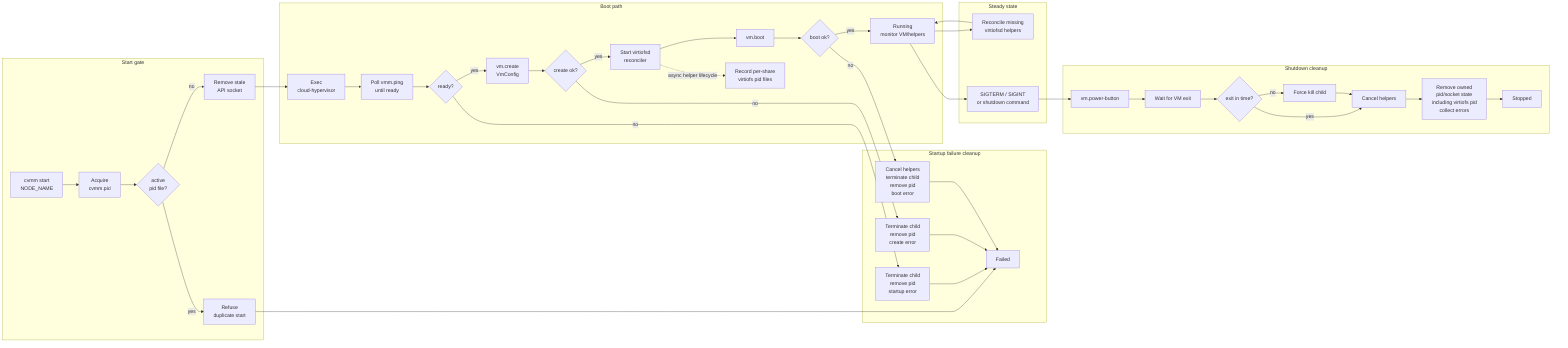
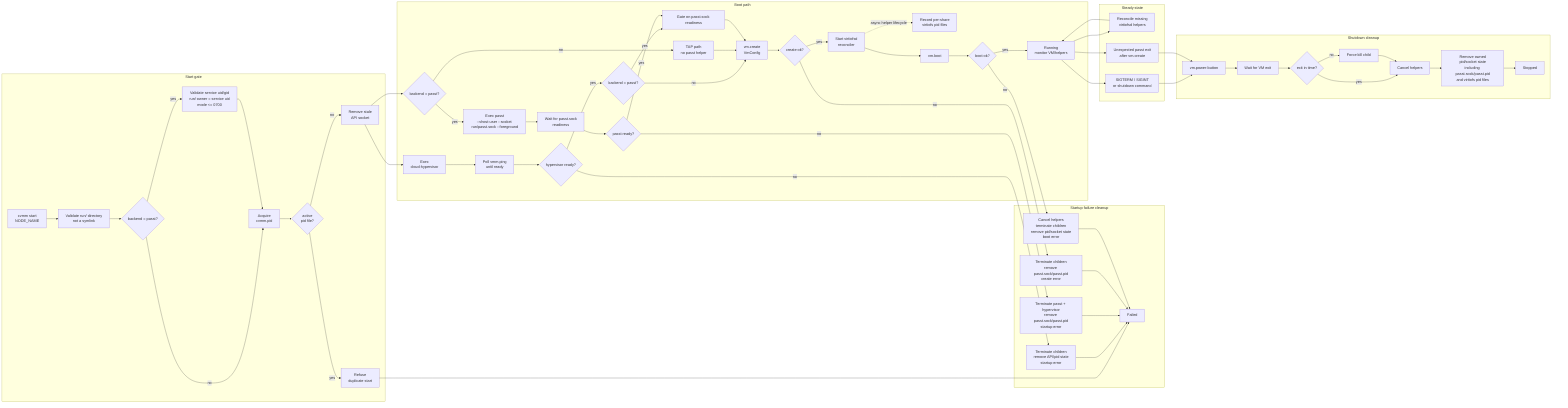
flowchart LR
    subgraph startPhase["Start gate"]
-         start["cvmm start\nNODE_NAME"] --> pid["Acquire\ncvmm.pid"]
+         start["cvmm start\nNODE_NAME"] --> runtimeDir["Validate run/ directory\nnot a symlink"]
+         runtimeDir --> runCheck{"backend = passt?"}
+         runCheck -- yes --> runPerm["Validate service uid/gid\nrun/ owner = service uid\nmode <= 0700"]
+         runCheck -- no --> pid["Acquire\ncvmm.pid"]
+         runPerm --> pid
        pid --> active{"active\npid file?"}
        active -- yes --> duplicate["Refuse\nduplicate start"]
        active -- no --> stale["Remove stale\nAPI socket"]
    end

    subgraph bootPhase["Boot path"]
-         stale --> spawn["Exec\ncloud-hypervisor"]
-         spawn --> ready["Poll vmm.ping\nuntil ready"]
-         ready --> readyOK{"ready?"}
-         readyOK -- yes --> create["vm.create\nVmConfig"]
+         stale --> spawnCH["Exec\ncloud-hypervisor"]
+         stale --> passtBranch{"backend = passt?"}
+         passtBranch -- yes --> spawnPasst["Exec passt\n--vhost-user --socket run/passt.sock --foreground"]
+         passtBranch -- no --> tapPath["TAP path\nno passt helper"]
+         spawnCH --> readyCH["Poll vmm.ping\nuntil ready"]
+         readyCH --> readyOK{"hypervisor ready?"}
+         spawnPasst --> readyPasst["Wait for passt.sock\nreadiness"]
+         readyPasst --> passtOK{"passt ready?"}
+         readyOK -- yes --> createGate{"backend = passt?"}
+         createGate -- no --> create["vm.create\nVmConfig"]
+         createGate -- yes --> waitBoth["Gate on passt.sock readiness"]
+         passtOK -- yes --> waitBoth
+         tapPath --> create
+         waitBoth --> create
        create --> createOK{"create ok?"}
        createOK -- yes --> helpers["Start virtiofsd\nreconciler"]
+         helpers -. async helper lifecycle .-> helperPid["Record per-share\nvirtiofs pid files"]
        helpers --> boot["vm.boot"]
-         helpers -. async helper lifecycle .-> helperPid["Record per-share\nvirtiofs pid files"]
        boot --> bootOK{"boot ok?"}
        bootOK -- yes --> running["Running\nmonitor VM/helpers"]
    end

    subgraph failure["Startup failure cleanup"]
-         readyOK -- no --> startupCleanup["Terminate child\nremove pid\nstartup error"]
-         createOK -- no --> createCleanup["Terminate child\nremove pid\ncreate error"]
-         bootOK -- no --> bootCleanup["Cancel helpers\nterminate child\nremove pid\nboot error"]
+         readyOK -- no --> startupCleanup["Terminate children\nremove API/pid state\nstartup error"]
+         passtOK -- no --> passtCleanup["Terminate passt + hypervisor\nremove passt.sock/passt.pid\nstartup error"]
+         createOK -- no --> createCleanup["Terminate children\nremove passt.sock/passt.pid\ncreate error"]
+         bootOK -- no --> bootCleanup["Cancel helpers\nterminate children\nremove pid/socket state\nboot error"]
        duplicate --> failed["Failed"]
        startupCleanup --> failed
+         passtCleanup --> failed
        createCleanup --> failed
        bootCleanup --> failed
    end

    subgraph steady["Steady state"]
        running --> reconcile["Reconcile missing\nvirtiofsd helpers"]
        reconcile --> running
        running --> signal["SIGTERM / SIGINT\nor shutdown command"]
+         running --> fatalPasst["Unexpected passt exit\nafter vm.create"]
    end

    subgraph stopPhase["Shutdown cleanup"]
        signal --> power["vm.power-button"]
+         fatalPasst --> power
        power --> wait["Wait for VM exit"]
        wait --> exited{"exit in time?"}
        exited -- no --> kill["Force kill child"]
        exited -- yes --> stopHelpers["Cancel helpers"]
        kill --> stopHelpers
-         stopHelpers --> cleanup["Remove owned\npid/socket state\nincluding virtiofs pid\ncollect errors"]
+         stopHelpers --> cleanup["Remove owned\npid/socket state\nincluding passt.sock/passt.pid\nand virtiofs pid files"]
        cleanup --> stopped["Stopped"]
    end
